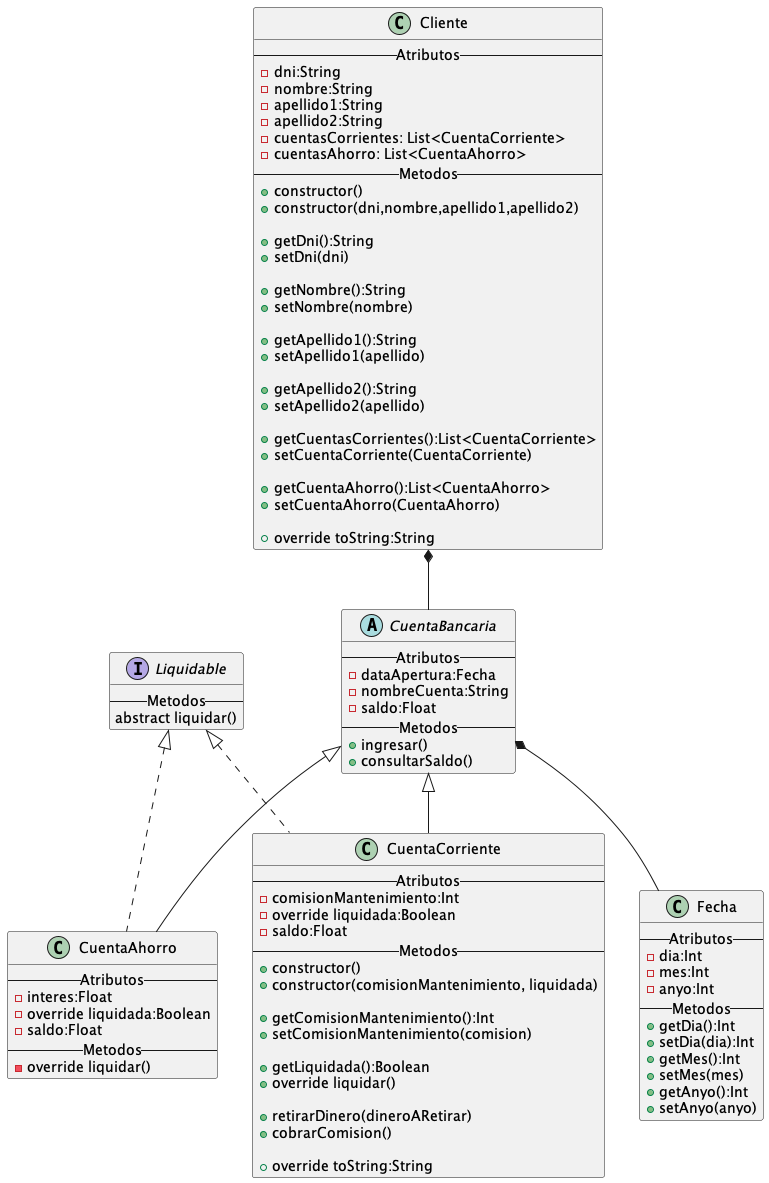
Before: src/main/kotlin/uml/DiagramaClases.png, a diagram exported from PlantUML (MaxDronCode/LadronesLegales).
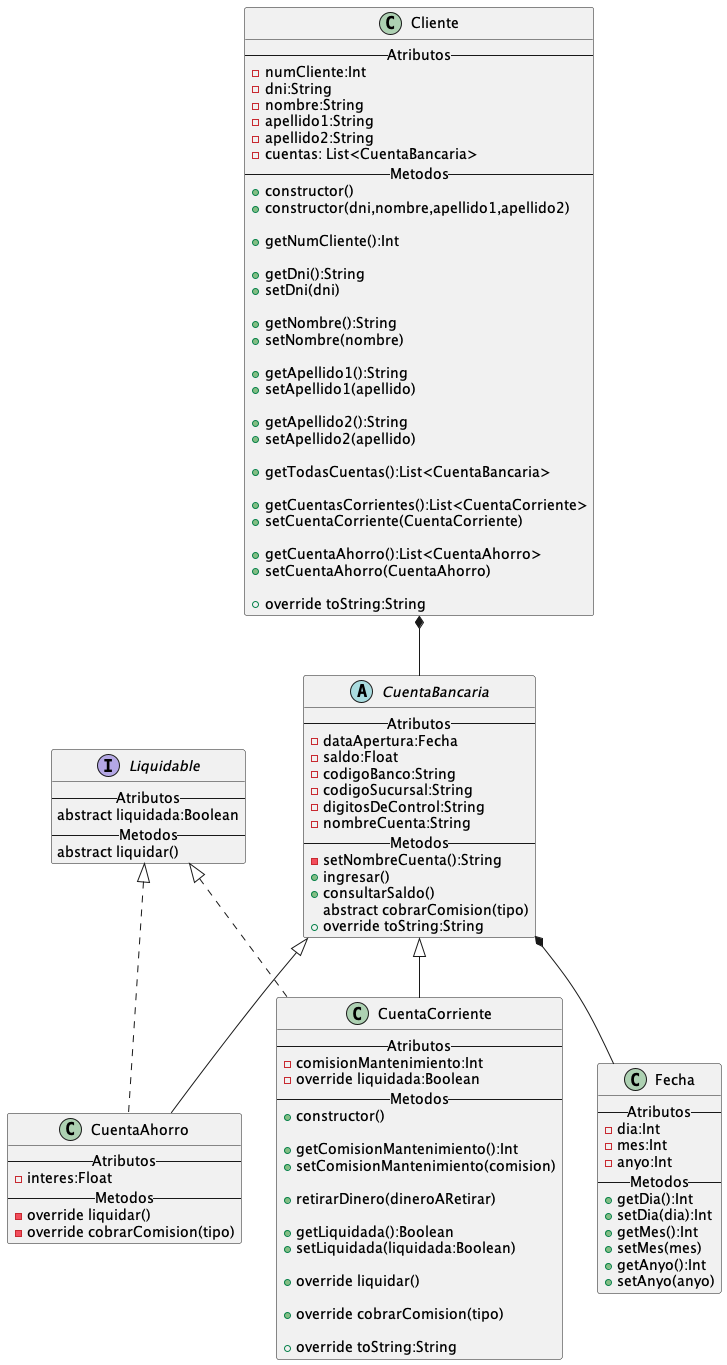
After the change.

Commit message:
Creación Interface Liquidable.kt; Creación Class CuentaCorriente.kt; Mejoras en Data Class Fecha.kt; Actualizaciones UML;

Diff of the diagram source:
```diff
@@ -2,15 +2,17 @@
 
 class Cliente{
 --Atributos--
+-numCliente:Int
 -dni:String
 -nombre:String
 -apellido1:String
 -apellido2:String
--cuentasCorrientes: List<CuentaCorriente>
--cuentasAhorro: List<CuentaAhorro>
+-cuentas: List<CuentaBancaria>
 --Metodos--
 +constructor()
 +constructor(dni,nombre,apellido1,apellido2)
+
++getNumCliente():Int
 
 +getDni():String
 +setDni(dni)
@@ -24,6 +26,8 @@
 +getApellido2():String
 +setApellido2(apellido)
 
++getTodasCuentas():List<CuentaBancaria>
+
 +getCuentasCorrientes():List<CuentaCorriente>
 +setCuentaCorriente(CuentaCorriente)
 
@@ -35,30 +39,37 @@
 abstract CuentaBancaria{
 --Atributos--
 -dataApertura:Fecha
+-saldo:Float
+-codigoBanco:String
+-codigoSucursal:String
+-digitosDeControl:String
 -nombreCuenta:String
--saldo:Float
 --Metodos--
+-setNombreCuenta():String
 +ingresar()
 +consultarSaldo()
+abstract cobrarComision(tipo)
++override toString:String
 }
 
 class CuentaCorriente{
 --Atributos--
 -comisionMantenimiento:Int
 -override liquidada:Boolean
--saldo:Float
 --Metodos--
 +constructor()
-+constructor(comisionMantenimiento, liquidada)
 
 +getComisionMantenimiento():Int
 +setComisionMantenimiento(comision)
 
++retirarDinero(dineroARetirar)
+
 +getLiquidada():Boolean
++setLiquidada(liquidada:Boolean)
+
 +override liquidar()
 
-+retirarDinero(dineroARetirar)
-+cobrarComision()
++override cobrarComision(tipo)
 
 +override toString:String
 }
@@ -66,13 +77,14 @@
 class CuentaAhorro{
 --Atributos--
 -interes:Float
--override liquidada:Boolean
--saldo:Float
 --Metodos--
 -override liquidar()
+-override cobrarComision(tipo)
 }
 
 interface Liquidable {
+--Atributos--
+abstract liquidada:Boolean
 --Metodos--
 abstract liquidar()
 }
```
